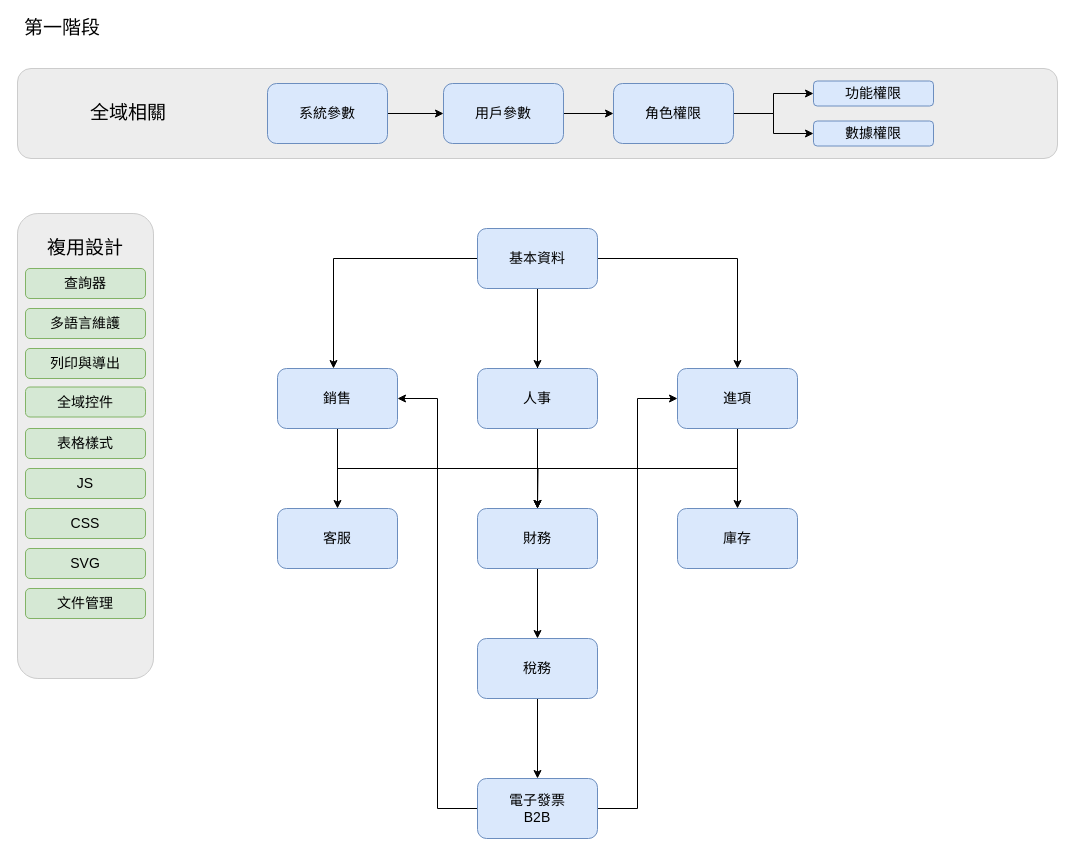
The draw.io diagram fPlus_topModule.drawio in frglobal/documents, before the edit. Source tidied: cells renumbered, new cells numbered last; positions are measured from the earlier drawing's top-left corner, leaving out a move shared by most shapes. Both pictures are drawn from the tidied source at 100%, with x=0, y=0 at pixel (17, 18).
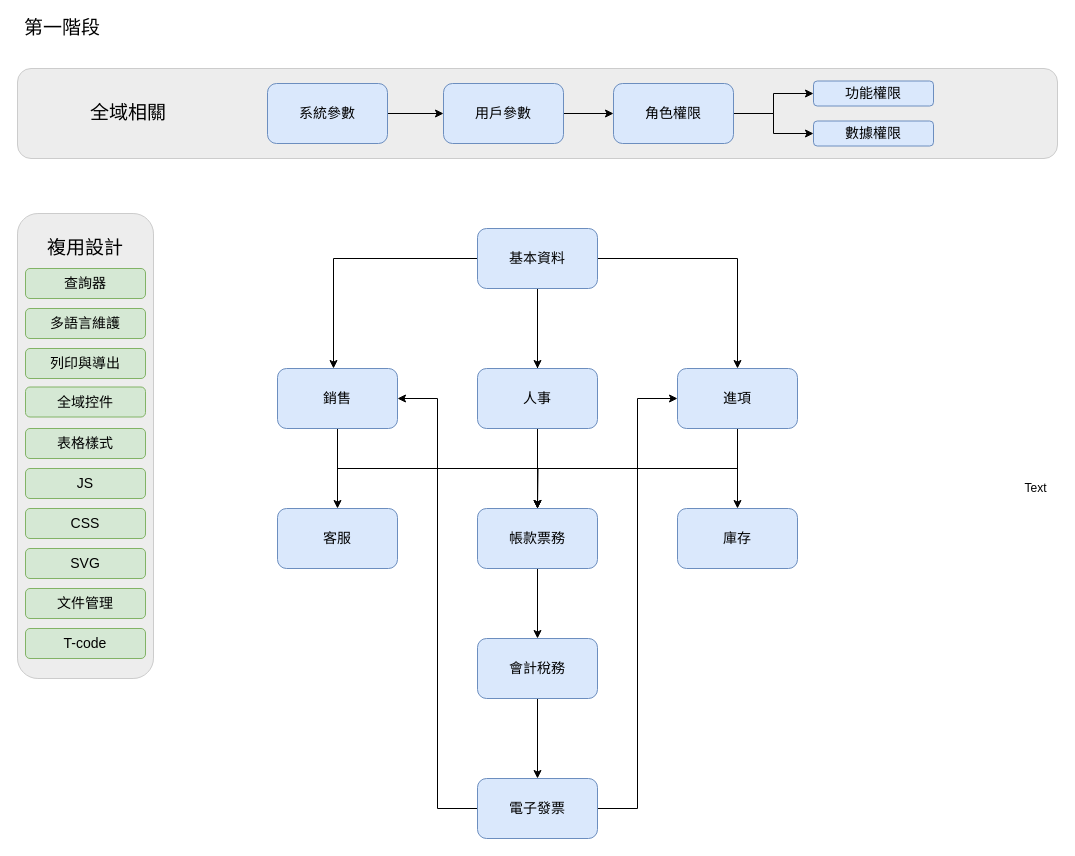
The same page after the edit.

What changed in the source:
```diff
@@
-    <mxCell id="10" value="財務" style="rounded=1;whiteSpace=wrap;html=1;fillColor=#dae8fc;strokeColor=#6c8ebf;fontFamily=Noto Sans TC;fontSize=14;" parent="1" vertex="1">
+    <mxCell id="10" value="帳款票務" style="rounded=1;whiteSpace=wrap;html=1;fillColor=#dae8fc;strokeColor=#6c8ebf;fontFamily=Noto Sans TC;fontSize=14;" parent="1" vertex="1">
       <mxGeometry x="460" y="490" width="120" height="60" as="geometry" />
     </mxCell>
@@
-    <mxCell id="12" value="稅務" style="rounded=1;whiteSpace=wrap;html=1;fillColor=#dae8fc;strokeColor=#6c8ebf;fontFamily=Noto Sans TC;fontSize=14;" parent="1" vertex="1">
+    <mxCell id="12" value="會計稅務" style="rounded=1;whiteSpace=wrap;html=1;fillColor=#dae8fc;strokeColor=#6c8ebf;fontFamily=Noto Sans TC;fontSize=14;" parent="1" vertex="1">
       <mxGeometry x="460" y="620" width="120" height="60" as="geometry" />
     </mxCell>
@@
-    <mxCell id="15" value="電子發票&lt;br&gt;B2B" style="rounded=1;whiteSpace=wrap;html=1;fillColor=#dae8fc;strokeColor=#6c8ebf;fontFamily=Noto Sans TC;fontSize=14;" parent="1" vertex="1">
+    <mxCell id="15" value="電子發票" style="rounded=1;whiteSpace=wrap;html=1;fillColor=#dae8fc;strokeColor=#6c8ebf;fontFamily=Noto Sans TC;fontSize=14;" parent="1" vertex="1">
       <mxGeometry x="460" y="760" width="120" height="60" as="geometry" />
     </mxCell>
@@
+    <mxCell id="47" value="T-code" style="rounded=1;whiteSpace=wrap;html=1;fillColor=#d5e8d4;strokeColor=#82b366;fontFamily=Noto Sans TC;fontSize=14;" parent="1" vertex="1">
+      <mxGeometry x="8" y="610" width="120" height="30" as="geometry" />
+    </mxCell>
+    <mxCell id="48" value="Text" style="text;html=1;align=center;verticalAlign=middle;" parent="1" vertex="1">
+      <mxGeometry x="998" y="460" width="40" height="20" as="geometry" />
+    </mxCell>
```
